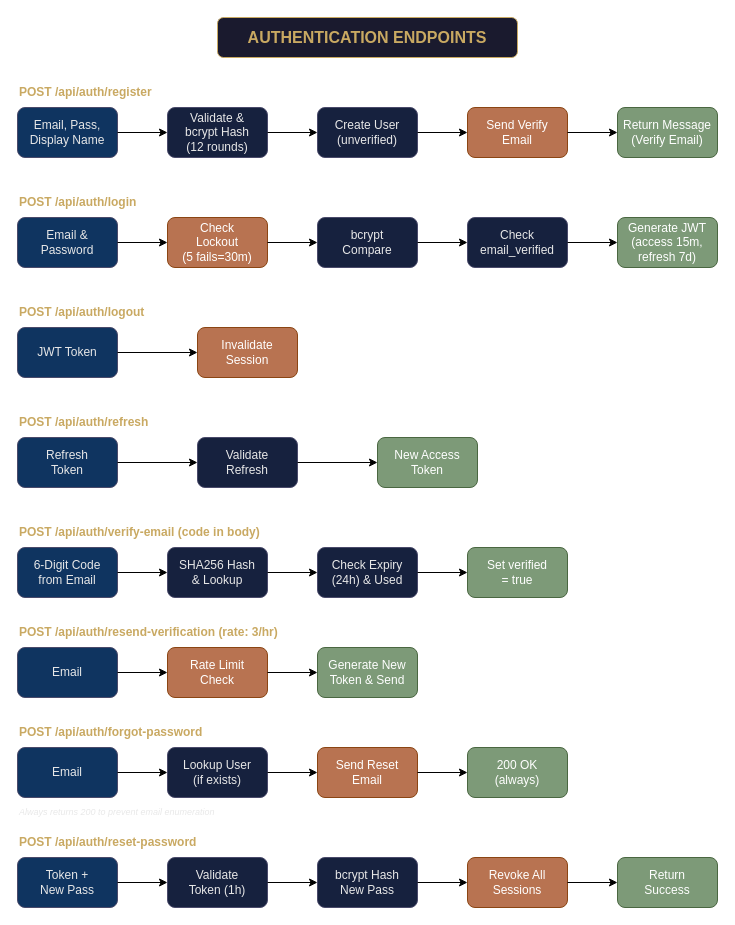
Before: page "API - Authentication" (2 of 8) of BackEnd.drawio in Karlos-Karlos/Fix-it, a draw.io diagram. Source tidied: cells renumbered, new cells numbered last; positions are measured from the earlier drawing's top-left corner, leaving out a move shared by most shapes. Both pictures are drawn from the tidied source at 100%, with x=0, y=0 at pixel (17, 17).
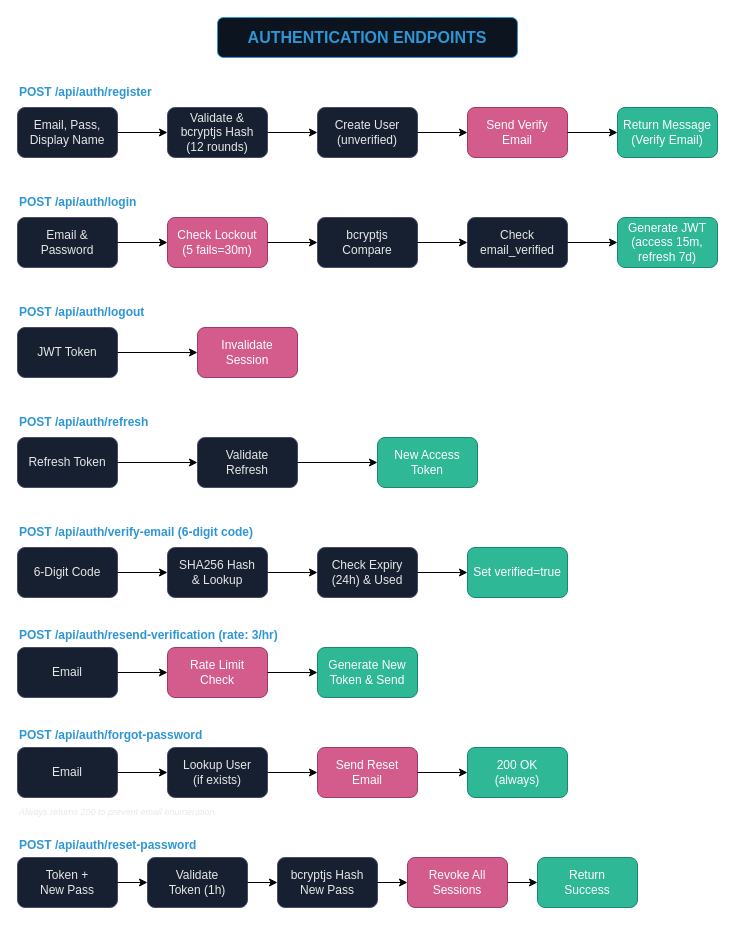
The same page after the edit.

Diff of the diagram source:
```diff
@@
-    <mxCell id="2" value="AUTHENTICATION ENDPOINTS" style="rounded=1;whiteSpace=wrap;html=1;fontSize=16;fontStyle=1;fillColor=#1a1a2e;strokeColor=#c9a962;fontColor=#c9a962;" parent="1" vertex="1">
+    <mxCell id="2" value="AUTHENTICATION ENDPOINTS" style="rounded=1;whiteSpace=wrap;html=1;fontSize=16;fontStyle=1;fillColor=#0C1420;strokeColor=#2E96D4;fontColor=#2E96D4;" parent="1" vertex="1">
       <mxGeometry x="200" width="300" height="40" as="geometry" />
     </mxCell>
-    <mxCell id="3" value="POST /api/auth/register" style="text;html=1;strokeColor=none;fillColor=none;align=left;verticalAlign=middle;fontStyle=1;fontColor=#c9a962;" parent="1" vertex="1">
+    <mxCell id="3" value="POST /api/auth/register" style="text;html=1;strokeColor=none;fillColor=none;align=left;verticalAlign=middle;fontStyle=1;fontColor=#2E96D4;" parent="1" vertex="1">
       <mxGeometry y="60" width="200" height="30" as="geometry" />
     </mxCell>
-    <mxCell id="4" value="Email, Pass,&#10;Display Name" style="rounded=1;whiteSpace=wrap;html=1;fillColor=#0f3460;strokeColor=#4a4a6a;fontColor=#e8e8e8;" parent="1" vertex="1">
+    <mxCell id="4" value="Email, Pass,&#10;Display Name" style="rounded=1;whiteSpace=wrap;html=1;fillColor=#162030;strokeColor=#4a4a6a;fontColor=#e8e8e8;" parent="1" vertex="1">
       <mxGeometry y="90" width="100" height="50" as="geometry" />
     </mxCell>
-    <mxCell id="5" value="Validate &amp;&#10;bcrypt Hash&#10;(12 rounds)" style="rounded=1;whiteSpace=wrap;html=1;fillColor=#16213e;strokeColor=#4a4a6a;fontColor=#e8e8e8;" parent="1" vertex="1">
+    <mxCell id="5" value="Validate &amp;&#10;bcryptjs Hash&#10;(12 rounds)" style="rounded=1;whiteSpace=wrap;html=1;fillColor=#162030;strokeColor=#4a4a6a;fontColor=#e8e8e8;" parent="1" vertex="1">
       <mxGeometry x="150" y="90" width="100" height="50" as="geometry" />
     </mxCell>
-    <mxCell id="6" value="Create User&#10;(unverified)" style="rounded=1;whiteSpace=wrap;html=1;fillColor=#16213e;strokeColor=#4a4a6a;fontColor=#e8e8e8;" parent="1" vertex="1">
+    <mxCell id="6" value="Create User&#10;(unverified)" style="rounded=1;whiteSpace=wrap;html=1;fillColor=#162030;strokeColor=#4a4a6a;fontColor=#e8e8e8;" parent="1" vertex="1">
       <mxGeometry x="300" y="90" width="100" height="50" as="geometry" />
     </mxCell>
-    <mxCell id="7" value="Send Verify&#10;Email" style="rounded=1;whiteSpace=wrap;html=1;fillColor=#b87351;strokeColor=#8b4513;fontColor=#ffffff;" parent="1" vertex="1">
+    <mxCell id="7" value="Send Verify&#10;Email" style="rounded=1;whiteSpace=wrap;html=1;fillColor=#D45C8C;strokeColor=#a03a68;fontColor=#ffffff;" parent="1" vertex="1">
       <mxGeometry x="450" y="90" width="100" height="50" as="geometry" />
     </mxCell>
-    <mxCell id="8" value="Return Message&#10;(Verify Email)" style="rounded=1;whiteSpace=wrap;html=1;fillColor=#7d9a78;strokeColor=#4a6741;fontColor=#ffffff;" parent="1" vertex="1">
+    <mxCell id="8" value="Return Message&#10;(Verify Email)" style="rounded=1;whiteSpace=wrap;html=1;fillColor=#2EB896;strokeColor=#1a8870;fontColor=#ffffff;" parent="1" vertex="1">
       <mxGeometry x="600" y="90" width="100" height="50" as="geometry" />
     </mxCell>
@@
-    <mxCell id="13" value="POST /api/auth/login" style="text;html=1;strokeColor=none;fillColor=none;align=left;verticalAlign=middle;fontStyle=1;fontColor=#c9a962;" parent="1" vertex="1">
+    <mxCell id="13" value="POST /api/auth/login" style="text;html=1;strokeColor=none;fillColor=none;align=left;verticalAlign=middle;fontStyle=1;fontColor=#2E96D4;" parent="1" vertex="1">
       <mxGeometry y="170" width="200" height="30" as="geometry" />
     </mxCell>
-    <mxCell id="14" value="Email &amp;&#10;Password" style="rounded=1;whiteSpace=wrap;html=1;fillColor=#0f3460;strokeColor=#4a4a6a;fontColor=#e8e8e8;" parent="1" vertex="1">
+    <mxCell id="14" value="Email &amp;&#10;Password" style="rounded=1;whiteSpace=wrap;html=1;fillColor=#162030;strokeColor=#4a4a6a;fontColor=#e8e8e8;" parent="1" vertex="1">
       <mxGeometry y="200" width="100" height="50" as="geometry" />
     </mxCell>
-    <mxCell id="15" value="Check&#10;Lockout&#10;(5 fails=30m)" style="rounded=1;whiteSpace=wrap;html=1;fillColor=#b87351;strokeColor=#8b4513;fontColor=#ffffff;" parent="1" vertex="1">
+    <mxCell id="15" value="Check Lockout&#10;(5 fails=30m)" style="rounded=1;whiteSpace=wrap;html=1;fillColor=#D45C8C;strokeColor=#a03a68;fontColor=#ffffff;" parent="1" vertex="1">
       <mxGeometry x="150" y="200" width="100" height="50" as="geometry" />
     </mxCell>
-    <mxCell id="16" value="bcrypt&#10;Compare" style="rounded=1;whiteSpace=wrap;html=1;fillColor=#16213e;strokeColor=#4a4a6a;fontColor=#e8e8e8;" parent="1" vertex="1">
+    <mxCell id="16" value="bcryptjs&#10;Compare" style="rounded=1;whiteSpace=wrap;html=1;fillColor=#162030;strokeColor=#4a4a6a;fontColor=#e8e8e8;" parent="1" vertex="1">
       <mxGeometry x="300" y="200" width="100" height="50" as="geometry" />
     </mxCell>
-    <mxCell id="17" value="Check&#10;email_verified" style="rounded=1;whiteSpace=wrap;html=1;fillColor=#16213e;strokeColor=#4a4a6a;fontColor=#e8e8e8;" parent="1" vertex="1">
+    <mxCell id="17" value="Check&#10;email_verified" style="rounded=1;whiteSpace=wrap;html=1;fillColor=#162030;strokeColor=#4a4a6a;fontColor=#e8e8e8;" parent="1" vertex="1">
       <mxGeometry x="450" y="200" width="100" height="50" as="geometry" />
     </mxCell>
-    <mxCell id="18" value="Generate JWT&#10;(access 15m,&#10;refresh 7d)" style="rounded=1;whiteSpace=wrap;html=1;fillColor=#7d9a78;strokeColor=#4a6741;fontColor=#ffffff;" parent="1" vertex="1">
+    <mxCell id="18" value="Generate JWT&#10;(access 15m,&#10;refresh 7d)" style="rounded=1;whiteSpace=wrap;html=1;fillColor=#2EB896;strokeColor=#1a8870;fontColor=#ffffff;" parent="1" vertex="1">
       <mxGeometry x="600" y="200" width="100" height="50" as="geometry" />
     </mxCell>
@@
-    <mxCell id="23" value="POST /api/auth/logout" style="text;html=1;strokeColor=none;fillColor=none;align=left;verticalAlign=middle;fontStyle=1;fontColor=#c9a962;" parent="1" vertex="1">
+    <mxCell id="23" value="POST /api/auth/logout" style="text;html=1;strokeColor=none;fillColor=none;align=left;verticalAlign=middle;fontStyle=1;fontColor=#2E96D4;" parent="1" vertex="1">
       <mxGeometry y="280" width="200" height="30" as="geometry" />
     </mxCell>
-    <mxCell id="24" value="JWT Token" style="rounded=1;whiteSpace=wrap;html=1;fillColor=#0f3460;strokeColor=#4a4a6a;fontColor=#e8e8e8;" parent="1" vertex="1">
+    <mxCell id="24" value="JWT Token" style="rounded=1;whiteSpace=wrap;html=1;fillColor=#162030;strokeColor=#4a4a6a;fontColor=#e8e8e8;" parent="1" vertex="1">
       <mxGeometry y="310" width="100" height="50" as="geometry" />
     </mxCell>
-    <mxCell id="25" value="Invalidate&#10;Session" style="rounded=1;whiteSpace=wrap;html=1;fillColor=#b87351;strokeColor=#8b4513;fontColor=#ffffff;" parent="1" vertex="1">
+    <mxCell id="25" value="Invalidate&#10;Session" style="rounded=1;whiteSpace=wrap;html=1;fillColor=#D45C8C;strokeColor=#a03a68;fontColor=#ffffff;" parent="1" vertex="1">
       <mxGeometry x="180" y="310" width="100" height="50" as="geometry" />
     </mxCell>
@@
-    <mxCell id="27" value="POST /api/auth/refresh" style="text;html=1;strokeColor=none;fillColor=none;align=left;verticalAlign=middle;fontStyle=1;fontColor=#c9a962;" parent="1" vertex="1">
+    <mxCell id="27" value="POST /api/auth/refresh" style="text;html=1;strokeColor=none;fillColor=none;align=left;verticalAlign=middle;fontStyle=1;fontColor=#2E96D4;" parent="1" vertex="1">
       <mxGeometry y="390" width="200" height="30" as="geometry" />
     </mxCell>
-    <mxCell id="28" value="Refresh&#10;Token" style="rounded=1;whiteSpace=wrap;html=1;fillColor=#0f3460;strokeColor=#4a4a6a;fontColor=#e8e8e8;" parent="1" vertex="1">
+    <mxCell id="28" value="Refresh Token" style="rounded=1;whiteSpace=wrap;html=1;fillColor=#162030;strokeColor=#4a4a6a;fontColor=#e8e8e8;" parent="1" vertex="1">
       <mxGeometry y="420" width="100" height="50" as="geometry" />
     </mxCell>
-    <mxCell id="29" value="Validate&#10;Refresh" style="rounded=1;whiteSpace=wrap;html=1;fillColor=#16213e;strokeColor=#4a4a6a;fontColor=#e8e8e8;" parent="1" vertex="1">
+    <mxCell id="29" value="Validate&#10;Refresh" style="rounded=1;whiteSpace=wrap;html=1;fillColor=#162030;strokeColor=#4a4a6a;fontColor=#e8e8e8;" parent="1" vertex="1">
       <mxGeometry x="180" y="420" width="100" height="50" as="geometry" />
     </mxCell>
-    <mxCell id="30" value="New Access&#10;Token" style="rounded=1;whiteSpace=wrap;html=1;fillColor=#7d9a78;strokeColor=#4a6741;fontColor=#ffffff;" parent="1" vertex="1">
+    <mxCell id="30" value="New Access&#10;Token" style="rounded=1;whiteSpace=wrap;html=1;fillColor=#2EB896;strokeColor=#1a8870;fontColor=#ffffff;" parent="1" vertex="1">
       <mxGeometry x="360" y="420" width="100" height="50" as="geometry" />
     </mxCell>
@@
-    <mxCell id="33" value="POST /api/auth/verify-email (code in body)" style="text;html=1;strokeColor=none;fillColor=none;align=left;verticalAlign=middle;fontStyle=1;fontColor=#c9a962;" parent="1" vertex="1">
-      <mxGeometry y="500" width="300" height="30" as="geometry" />
+    <mxCell id="33" value="POST /api/auth/verify-email  (6-digit code)" style="text;html=1;strokeColor=none;fillColor=none;align=left;verticalAlign=middle;fontStyle=1;fontColor=#2E96D4;" parent="1" vertex="1">
+      <mxGeometry y="500" width="320" height="30" as="geometry" />
     </mxCell>
-    <mxCell id="34" value="6-Digit Code&#10;from Email" style="rounded=1;whiteSpace=wrap;html=1;fillColor=#0f3460;strokeColor=#4a4a6a;fontColor=#e8e8e8;" parent="1" vertex="1">
+    <mxCell id="34" value="6-Digit Code" style="rounded=1;whiteSpace=wrap;html=1;fillColor=#162030;strokeColor=#4a4a6a;fontColor=#e8e8e8;" parent="1" vertex="1">
       <mxGeometry y="530" width="100" height="50" as="geometry" />
     </mxCell>
-    <mxCell id="35" value="SHA256 Hash&#10;&amp; Lookup" style="rounded=1;whiteSpace=wrap;html=1;fillColor=#16213e;strokeColor=#4a4a6a;fontColor=#e8e8e8;" parent="1" vertex="1">
+    <mxCell id="35" value="SHA256 Hash&#10;&amp; Lookup" style="rounded=1;whiteSpace=wrap;html=1;fillColor=#162030;strokeColor=#4a4a6a;fontColor=#e8e8e8;" parent="1" vertex="1">
       <mxGeometry x="150" y="530" width="100" height="50" as="geometry" />
     </mxCell>
-    <mxCell id="36" value="Check Expiry&#10;(24h) &amp; Used" style="rounded=1;whiteSpace=wrap;html=1;fillColor=#16213e;strokeColor=#4a4a6a;fontColor=#e8e8e8;" parent="1" vertex="1">
+    <mxCell id="36" value="Check Expiry&#10;(24h) &amp; Used" style="rounded=1;whiteSpace=wrap;html=1;fillColor=#162030;strokeColor=#4a4a6a;fontColor=#e8e8e8;" parent="1" vertex="1">
       <mxGeometry x="300" y="530" width="100" height="50" as="geometry" />
     </mxCell>
-    <mxCell id="37" value="Set verified&#10;= true" style="rounded=1;whiteSpace=wrap;html=1;fillColor=#7d9a78;strokeColor=#4a6741;fontColor=#ffffff;" parent="1" vertex="1">
+    <mxCell id="37" value="Set verified=true" style="rounded=1;whiteSpace=wrap;html=1;fillColor=#2EB896;strokeColor=#1a8870;fontColor=#ffffff;" parent="1" vertex="1">
       <mxGeometry x="450" y="530" width="100" height="50" as="geometry" />
     </mxCell>
@@
-    <mxCell id="41" value="POST /api/auth/resend-verification (rate: 3/hr)" style="text;html=1;strokeColor=none;fillColor=none;align=left;verticalAlign=middle;fontStyle=1;fontColor=#c9a962;" parent="1" vertex="1">
-      <mxGeometry y="600" width="350" height="30" as="geometry" />
+    <mxCell id="41" value="POST /api/auth/resend-verification  (rate: 3/hr)" style="text;html=1;strokeColor=none;fillColor=none;align=left;verticalAlign=middle;fontStyle=1;fontColor=#2E96D4;" parent="1" vertex="1">
+      <mxGeometry y="605" width="360" height="25" as="geometry" />
     </mxCell>
-    <mxCell id="42" value="Email" style="rounded=1;whiteSpace=wrap;html=1;fillColor=#0f3460;strokeColor=#4a4a6a;fontColor=#e8e8e8;" parent="1" vertex="1">
+    <mxCell id="42" value="Email" style="rounded=1;whiteSpace=wrap;html=1;fillColor=#162030;strokeColor=#4a4a6a;fontColor=#e8e8e8;" parent="1" vertex="1">
       <mxGeometry y="630" width="100" height="50" as="geometry" />
     </mxCell>
-    <mxCell id="43" value="Rate Limit&#10;Check" style="rounded=1;whiteSpace=wrap;html=1;fillColor=#b87351;strokeColor=#8b4513;fontColor=#ffffff;" parent="1" vertex="1">
+    <mxCell id="43" value="Rate Limit&#10;Check" style="rounded=1;whiteSpace=wrap;html=1;fillColor=#D45C8C;strokeColor=#a03a68;fontColor=#ffffff;" parent="1" vertex="1">
       <mxGeometry x="150" y="630" width="100" height="50" as="geometry" />
     </mxCell>
-    <mxCell id="44" value="Generate New&#10;Token &amp; Send" style="rounded=1;whiteSpace=wrap;html=1;fillColor=#7d9a78;strokeColor=#4a6741;fontColor=#ffffff;" parent="1" vertex="1">
+    <mxCell id="44" value="Generate New&#10;Token &amp; Send" style="rounded=1;whiteSpace=wrap;html=1;fillColor=#2EB896;strokeColor=#1a8870;fontColor=#ffffff;" parent="1" vertex="1">
       <mxGeometry x="300" y="630" width="100" height="50" as="geometry" />
     </mxCell>
@@
-    <mxCell id="47" value="POST /api/auth/forgot-password" style="text;html=1;strokeColor=none;fillColor=none;align=left;verticalAlign=middle;fontStyle=1;fontColor=#c9a962;" parent="1" vertex="1">
-      <mxGeometry y="700" width="300" height="30" as="geometry" />
+    <mxCell id="47" value="POST /api/auth/forgot-password" style="text;html=1;strokeColor=none;fillColor=none;align=left;verticalAlign=middle;fontStyle=1;fontColor=#2E96D4;" parent="1" vertex="1">
+      <mxGeometry y="705" width="300" height="25" as="geometry" />
     </mxCell>
-    <mxCell id="48" value="Email" style="rounded=1;whiteSpace=wrap;html=1;fillColor=#0f3460;strokeColor=#4a4a6a;fontColor=#e8e8e8;" parent="1" vertex="1">
+    <mxCell id="48" value="Email" style="rounded=1;whiteSpace=wrap;html=1;fillColor=#162030;strokeColor=#4a4a6a;fontColor=#e8e8e8;" parent="1" vertex="1">
       <mxGeometry y="730" width="100" height="50" as="geometry" />
     </mxCell>
-    <mxCell id="49" value="Lookup User&#10;(if exists)" style="rounded=1;whiteSpace=wrap;html=1;fillColor=#16213e;strokeColor=#4a4a6a;fontColor=#e8e8e8;" parent="1" vertex="1">
+    <mxCell id="49" value="Lookup User&#10;(if exists)" style="rounded=1;whiteSpace=wrap;html=1;fillColor=#162030;strokeColor=#4a4a6a;fontColor=#e8e8e8;" parent="1" vertex="1">
       <mxGeometry x="150" y="730" width="100" height="50" as="geometry" />
     </mxCell>
-    <mxCell id="50" value="Send Reset&#10;Email" style="rounded=1;whiteSpace=wrap;html=1;fillColor=#b87351;strokeColor=#8b4513;fontColor=#ffffff;" parent="1" vertex="1">
+    <mxCell id="50" value="Send Reset&#10;Email" style="rounded=1;whiteSpace=wrap;html=1;fillColor=#D45C8C;strokeColor=#a03a68;fontColor=#ffffff;" parent="1" vertex="1">
       <mxGeometry x="300" y="730" width="100" height="50" as="geometry" />
     </mxCell>
-    <mxCell id="51" value="200 OK&#10;(always)" style="rounded=1;whiteSpace=wrap;html=1;fillColor=#7d9a78;strokeColor=#4a6741;fontColor=#ffffff;" parent="1" vertex="1">
+    <mxCell id="51" value="200 OK&#10;(always)" style="rounded=1;whiteSpace=wrap;html=1;fillColor=#2EB896;strokeColor=#1a8870;fontColor=#ffffff;" parent="1" vertex="1">
       <mxGeometry x="450" y="730" width="100" height="50" as="geometry" />
     </mxCell>
@@
-    <mxCell id="56" value="POST /api/auth/reset-password" style="text;html=1;strokeColor=none;fillColor=none;align=left;verticalAlign=middle;fontStyle=1;fontColor=#c9a962;" parent="1" vertex="1">
-      <mxGeometry y="810" width="300" height="30" as="geometry" />
+    <mxCell id="56" value="POST /api/auth/reset-password" style="text;html=1;strokeColor=none;fillColor=none;align=left;verticalAlign=middle;fontStyle=1;fontColor=#2E96D4;" parent="1" vertex="1">
+      <mxGeometry y="815" width="300" height="25" as="geometry" />
     </mxCell>
-    <mxCell id="57" value="Token +&#10;New Pass" style="rounded=1;whiteSpace=wrap;html=1;fillColor=#0f3460;strokeColor=#4a4a6a;fontColor=#e8e8e8;" parent="1" vertex="1">
+    <mxCell id="57" value="Token +&#10;New Pass" style="rounded=1;whiteSpace=wrap;html=1;fillColor=#162030;strokeColor=#4a4a6a;fontColor=#e8e8e8;" parent="1" vertex="1">
       <mxGeometry y="840" width="100" height="50" as="geometry" />
     </mxCell>
-    <mxCell id="58" value="Validate&#10;Token (1h)" style="rounded=1;whiteSpace=wrap;html=1;fillColor=#16213e;strokeColor=#4a4a6a;fontColor=#e8e8e8;" parent="1" vertex="1">
-      <mxGeometry x="150" y="840" width="100" height="50" as="geometry" />
+    <mxCell id="58" value="Validate&#10;Token (1h)" style="rounded=1;whiteSpace=wrap;html=1;fillColor=#162030;strokeColor=#4a4a6a;fontColor=#e8e8e8;" parent="1" vertex="1">
+      <mxGeometry x="130" y="840" width="100" height="50" as="geometry" />
     </mxCell>
-    <mxCell id="59" value="bcrypt Hash&#10;New Pass" style="rounded=1;whiteSpace=wrap;html=1;fillColor=#16213e;strokeColor=#4a4a6a;fontColor=#e8e8e8;" parent="1" vertex="1">
-      <mxGeometry x="300" y="840" width="100" height="50" as="geometry" />
+    <mxCell id="59" value="bcryptjs Hash&#10;New Pass" style="rounded=1;whiteSpace=wrap;html=1;fillColor=#162030;strokeColor=#4a4a6a;fontColor=#e8e8e8;" parent="1" vertex="1">
+      <mxGeometry x="260" y="840" width="100" height="50" as="geometry" />
     </mxCell>
-    <mxCell id="60" value="Revoke All&#10;Sessions" style="rounded=1;whiteSpace=wrap;html=1;fillColor=#b87351;strokeColor=#8b4513;fontColor=#ffffff;" parent="1" vertex="1">
-      <mxGeometry x="450" y="840" width="100" height="50" as="geometry" />
+    <mxCell id="60" value="Revoke All&#10;Sessions" style="rounded=1;whiteSpace=wrap;html=1;fillColor=#D45C8C;strokeColor=#a03a68;fontColor=#ffffff;" parent="1" vertex="1">
+      <mxGeometry x="390" y="840" width="100" height="50" as="geometry" />
     </mxCell>
-    <mxCell id="61" value="Return&#10;Success" style="rounded=1;whiteSpace=wrap;html=1;fillColor=#7d9a78;strokeColor=#4a6741;fontColor=#ffffff;" parent="1" vertex="1">
-      <mxGeometry x="600" y="840" width="100" height="50" as="geometry" />
+    <mxCell id="61" value="Return&#10;Success" style="rounded=1;whiteSpace=wrap;html=1;fillColor=#2EB896;strokeColor=#1a8870;fontColor=#ffffff;" parent="1" vertex="1">
+      <mxGeometry x="520" y="840" width="100" height="50" as="geometry" />
     </mxCell>
```
